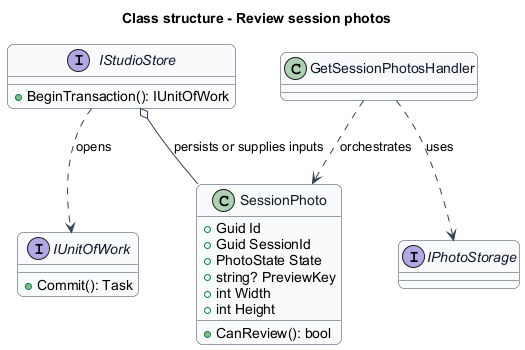
Above: docs/detailed-designs/session-photos/review-session-photos/diagrams/class-structure.png in QuinntyneBrown/quinntyne-brown-studio (PlantUML), before the change.
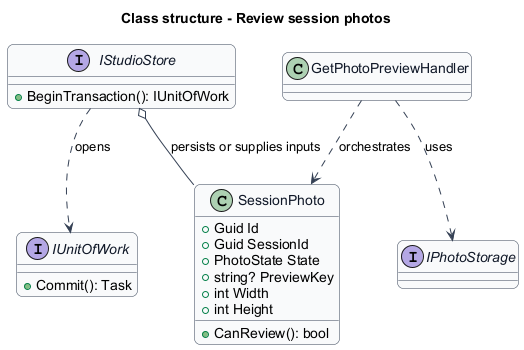
The same diagram one commit later.

Diff of the diagram source:
```diff
@@ -37,7 +37,7 @@
 IStudioStore ..> IUnitOfWork : opens
 IStudioStore o-- SessionPhoto : persists or supplies inputs
 interface IPhotoStorage
-class GetSessionPhotosHandler
-GetSessionPhotosHandler ..> IPhotoStorage : uses
-GetSessionPhotosHandler ..> SessionPhoto : orchestrates
+class GetPhotoPreviewHandler
+GetPhotoPreviewHandler ..> IPhotoStorage : uses
+GetPhotoPreviewHandler ..> SessionPhoto : orchestrates
 @enduml
```
